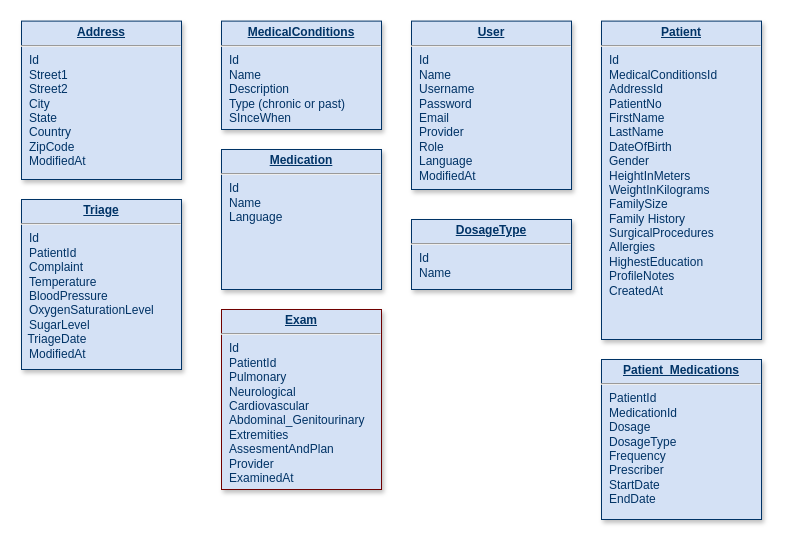
Above: AnnPrepareLavni.drawio in RicardoDeGenova/AnnPrepareLavni (draw.io), before the change. Source tidied: cells renumbered, new cells numbered last; positions are measured from the earlier drawing's top-left corner, leaving out a move shared by most shapes. Both pictures are drawn from the tidied source at 100%, with x=0, y=0 at pixel (21, 21).
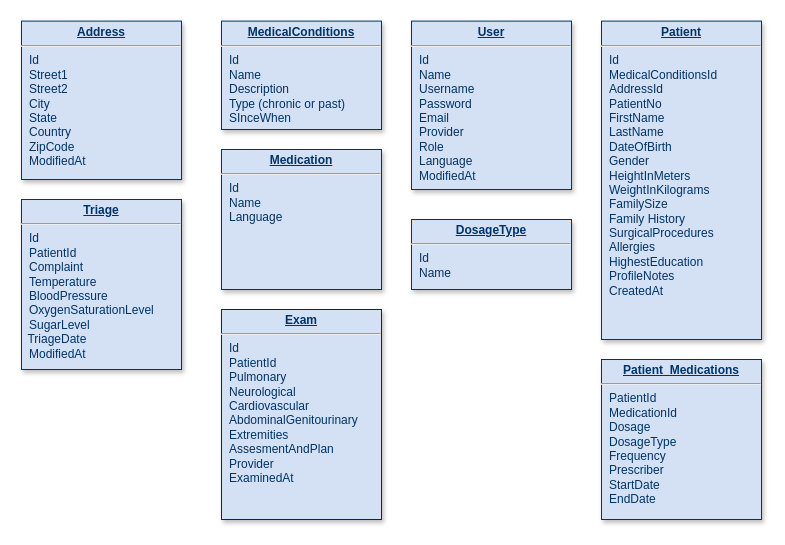
The same diagram, later.

What changed in the source:
```diff
@@
 <mxGraphModel>
   <root>
     <mxCell id="0" />
     <mxCell id="1" parent="0" />
     <mxCell id="2" value="&lt;p style=&quot;margin: 4px 0px 0px; text-align: center;&quot;&gt;&lt;b&gt;&lt;u&gt;Address&lt;/u&gt;&lt;/b&gt;&lt;br&gt;&lt;/p&gt;&lt;hr&gt;&lt;p style=&quot;margin: 0px; margin-left: 8px;&quot;&gt;Id&lt;/p&gt;&lt;p style=&quot;margin: 0px; margin-left: 8px;&quot;&gt;Street1&lt;/p&gt;&lt;p style=&quot;margin: 0px; margin-left: 8px;&quot;&gt;Street2&lt;br&gt;&lt;/p&gt;&lt;p style=&quot;margin: 0px; margin-left: 8px;&quot;&gt;City&lt;/p&gt;&lt;p style=&quot;margin: 0px; margin-left: 8px;&quot;&gt;State&lt;/p&gt;&lt;p style=&quot;margin: 0px; margin-left: 8px;&quot;&gt;Country&lt;/p&gt;&lt;p style=&quot;margin: 0px; margin-left: 8px;&quot;&gt;ZipCode&lt;/p&gt;&lt;p style=&quot;margin: 0px; margin-left: 8px;&quot;&gt;ModifiedAt&lt;/p&gt;" style="verticalAlign=top;align=left;overflow=fill;fontSize=12;fontFamily=Helvetica;html=1;strokeColor=#003366;shadow=1;fillColor=#D4E1F5;fontColor=#003366;" parent="1" vertex="1">
       <mxGeometry y="-0.4" width="160" height="158.4" as="geometry" />
     </mxCell>
-    <mxCell id="3" value="&lt;p style=&quot;margin: 4px 0px 0px; text-align: center;&quot;&gt;&lt;font color=&quot;#003366&quot;&gt;&lt;b&gt;&lt;u&gt;Exam&lt;/u&gt;&lt;/b&gt;&lt;br&gt;&lt;/font&gt;&lt;/p&gt;&lt;hr&gt;&lt;p style=&quot;margin: 0px; margin-left: 8px;&quot;&gt;&lt;span style=&quot;background-color: initial; color: rgb(0, 51, 102);&quot;&gt;Id&lt;/span&gt;&lt;/p&gt;&lt;p style=&quot;margin: 0px; margin-left: 8px;&quot;&gt;&lt;span style=&quot;background-color: initial; color: rgb(0, 51, 102);&quot;&gt;PatientId&lt;br&gt;Pulmonary&lt;/span&gt;&lt;br&gt;&lt;/p&gt;&lt;p style=&quot;margin: 0px; margin-left: 8px;&quot;&gt;&lt;span style=&quot;color: rgb(0, 51, 102); background-color: initial;&quot;&gt;Neurological&lt;/span&gt;&lt;br&gt;&lt;/p&gt;&lt;p style=&quot;margin: 0px; margin-left: 8px;&quot;&gt;&lt;span style=&quot;color: rgb(0, 51, 102); background-color: initial;&quot;&gt;Cardiovascular&lt;/span&gt;&lt;br&gt;&lt;/p&gt;&lt;p style=&quot;margin: 0px; margin-left: 8px;&quot;&gt;&lt;span style=&quot;color: rgb(0, 51, 102); background-color: initial;&quot;&gt;Abdominal_Genitourinary&lt;/span&gt;&lt;br&gt;&lt;/p&gt;&lt;p style=&quot;margin: 0px; margin-left: 8px;&quot;&gt;&lt;span style=&quot;color: rgb(0, 51, 102); background-color: initial;&quot;&gt;Extremities&lt;/span&gt;&lt;br&gt;&lt;/p&gt;&lt;p style=&quot;margin: 0px; margin-left: 8px;&quot;&gt;&lt;span style=&quot;color: rgb(0, 51, 102); background-color: initial;&quot;&gt;AssesmentAndPlan&lt;/span&gt;&lt;/p&gt;&lt;p style=&quot;margin: 0px; margin-left: 8px;&quot;&gt;&lt;span style=&quot;color: rgb(0, 51, 102); background-color: initial;&quot;&gt;Provider&lt;/span&gt;&lt;br&gt;&lt;/p&gt;&lt;p style=&quot;margin: 0px; margin-left: 8px;&quot;&gt;&lt;span style=&quot;color: rgb(0, 51, 102); background-color: initial;&quot;&gt;ExaminedAt&lt;/span&gt;&lt;br&gt;&lt;/p&gt;" style="verticalAlign=top;align=left;overflow=fill;fontSize=12;fontFamily=Helvetica;html=1;strokeColor=#6F0000;shadow=1;fillColor=#D4E1F5;fontColor=#ffffff;" parent="1" vertex="1">
-      <mxGeometry x="200" y="288" width="160" height="180" as="geometry" />
+    <mxCell id="3" value="&lt;p style=&quot;margin: 4px 0px 0px; text-align: center;&quot;&gt;&lt;font color=&quot;#003366&quot;&gt;&lt;b&gt;&lt;u&gt;Exam&lt;/u&gt;&lt;/b&gt;&lt;br&gt;&lt;/font&gt;&lt;/p&gt;&lt;hr&gt;&lt;p style=&quot;margin: 0px; margin-left: 8px;&quot;&gt;&lt;span style=&quot;background-color: initial; color: rgb(0, 51, 102);&quot;&gt;Id&lt;/span&gt;&lt;/p&gt;&lt;p style=&quot;margin: 0px; margin-left: 8px;&quot;&gt;&lt;span style=&quot;background-color: initial; color: rgb(0, 51, 102);&quot;&gt;PatientId&lt;br&gt;Pulmonary&lt;/span&gt;&lt;br&gt;&lt;/p&gt;&lt;p style=&quot;margin: 0px; margin-left: 8px;&quot;&gt;&lt;span style=&quot;color: rgb(0, 51, 102); background-color: initial;&quot;&gt;Neurological&lt;/span&gt;&lt;br&gt;&lt;/p&gt;&lt;p style=&quot;margin: 0px; margin-left: 8px;&quot;&gt;&lt;span style=&quot;color: rgb(0, 51, 102); background-color: initial;&quot;&gt;Cardiovascular&lt;/span&gt;&lt;br&gt;&lt;/p&gt;&lt;p style=&quot;margin: 0px; margin-left: 8px;&quot;&gt;&lt;span style=&quot;color: rgb(0, 51, 102); background-color: initial;&quot;&gt;AbdominalGenitourinary&lt;/span&gt;&lt;br&gt;&lt;/p&gt;&lt;p style=&quot;margin: 0px; margin-left: 8px;&quot;&gt;&lt;span style=&quot;color: rgb(0, 51, 102); background-color: initial;&quot;&gt;Extremities&lt;/span&gt;&lt;br&gt;&lt;/p&gt;&lt;p style=&quot;margin: 0px; margin-left: 8px;&quot;&gt;&lt;span style=&quot;color: rgb(0, 51, 102); background-color: initial;&quot;&gt;AssesmentAndPlan&lt;/span&gt;&lt;/p&gt;&lt;p style=&quot;margin: 0px; margin-left: 8px;&quot;&gt;&lt;span style=&quot;color: rgb(0, 51, 102); background-color: initial;&quot;&gt;Provider&lt;/span&gt;&lt;br&gt;&lt;/p&gt;&lt;p style=&quot;margin: 0px; margin-left: 8px;&quot;&gt;&lt;span style=&quot;color: rgb(0, 51, 102); background-color: initial;&quot;&gt;ExaminedAt&lt;/span&gt;&lt;br&gt;&lt;/p&gt;" style="verticalAlign=top;align=left;overflow=fill;fontSize=12;fontFamily=Helvetica;html=1;strokeColor=#6F0000;shadow=1;fillColor=#D4E1F5;fontColor=#ffffff;" parent="1" vertex="1">
+      <mxGeometry x="200" y="288" width="160" height="210" as="geometry" />
     </mxCell>
     <mxCell id="4" value="&lt;p style=&quot;margin: 4px 0px 0px; text-align: center;&quot;&gt;&lt;b&gt;&lt;u&gt;MedicalConditions&lt;/u&gt;&lt;/b&gt;&lt;br&gt;&lt;/p&gt;&lt;hr&gt;&lt;p style=&quot;margin: 0px; margin-left: 8px;&quot;&gt;Id&lt;/p&gt;&lt;p style=&quot;margin: 0px; margin-left: 8px;&quot;&gt;Name&lt;/p&gt;&lt;p style=&quot;margin: 0px; margin-left: 8px;&quot;&gt;Description&lt;/p&gt;&lt;p style=&quot;margin: 0px; margin-left: 8px;&quot;&gt;Type (chronic or past)&lt;/p&gt;&lt;p style=&quot;margin: 0px; margin-left: 8px;&quot;&gt;SInceWhen&lt;/p&gt;" style="verticalAlign=top;align=left;overflow=fill;fontSize=12;fontFamily=Helvetica;html=1;strokeColor=#003366;shadow=1;fillColor=#D4E1F5;fontColor=#003366;" parent="1" vertex="1">
       <mxGeometry x="200" y="-0.4" width="160" height="108.4" as="geometry" />
     </mxCell>
     <mxCell id="5" value="&lt;p style=&quot;margin: 4px 0px 0px; text-align: center;&quot;&gt;&lt;b&gt;&lt;u&gt;Medication&lt;/u&gt;&lt;/b&gt;&lt;br&gt;&lt;/p&gt;&lt;hr&gt;&lt;p style=&quot;margin: 0px; margin-left: 8px;&quot;&gt;Id&lt;/p&gt;&lt;p style=&quot;margin: 0px; margin-left: 8px;&quot;&gt;Name&lt;/p&gt;&lt;p style=&quot;margin: 0px; margin-left: 8px;&quot;&gt;Language&lt;/p&gt;&lt;p style=&quot;margin: 0px; margin-left: 8px;&quot;&gt;&lt;br&gt;&lt;/p&gt;&lt;p style=&quot;margin: 0px; margin-left: 8px;&quot;&gt;&lt;br&gt;&lt;/p&gt;&lt;p style=&quot;margin: 0px; margin-left: 8px;&quot;&gt;&lt;br&gt;&lt;/p&gt;" style="verticalAlign=top;align=left;overflow=fill;fontSize=12;fontFamily=Helvetica;html=1;strokeColor=#003366;shadow=1;fillColor=#D4E1F5;fontColor=#003366;" parent="1" vertex="1">
       <mxGeometry x="200" y="128" width="160" height="140" as="geometry" />
     </mxCell>
     <mxCell id="6" value="&lt;p style=&quot;margin: 4px 0px 0px; text-align: center;&quot;&gt;&lt;b&gt;&lt;u&gt;DosageType&lt;/u&gt;&lt;/b&gt;&lt;br&gt;&lt;/p&gt;&lt;hr&gt;&lt;p style=&quot;margin: 0px; margin-left: 8px;&quot;&gt;Id&lt;/p&gt;&lt;p style=&quot;margin: 0px; margin-left: 8px;&quot;&gt;Name&lt;/p&gt;" style="verticalAlign=top;align=left;overflow=fill;fontSize=12;fontFamily=Helvetica;html=1;strokeColor=#003366;shadow=1;fillColor=#D4E1F5;fontColor=#003366;" parent="1" vertex="1">
       <mxGeometry x="390" y="198" width="160" height="70" as="geometry" />
     </mxCell>
     <mxCell id="7" value="&lt;p style=&quot;margin: 4px 0px 0px; text-align: center;&quot;&gt;&lt;b&gt;&lt;u&gt;Patient&lt;/u&gt;&lt;/b&gt;&lt;br&gt;&lt;/p&gt;&lt;hr&gt;&lt;p style=&quot;margin: 0px; margin-left: 8px;&quot;&gt;Id&lt;/p&gt;&lt;p style=&quot;margin: 0px; margin-left: 8px;&quot;&gt;&lt;span style=&quot;background-color: initial;&quot;&gt;MedicalConditionsId&lt;/span&gt;&lt;br&gt;&lt;/p&gt;&lt;p style=&quot;margin: 0px; margin-left: 8px;&quot;&gt;AddressId&lt;span style=&quot;background-color: initial;&quot;&gt;&lt;br&gt;&lt;/span&gt;&lt;/p&gt;&lt;p style=&quot;margin: 0px; margin-left: 8px;&quot;&gt;PatientNo&lt;/p&gt;&lt;p style=&quot;margin: 0px; margin-left: 8px;&quot;&gt;FirstName&lt;/p&gt;&lt;p style=&quot;margin: 0px; margin-left: 8px;&quot;&gt;LastName&lt;/p&gt;&lt;p style=&quot;margin: 0px; margin-left: 8px;&quot;&gt;DateOfBirth&lt;/p&gt;&lt;p style=&quot;margin: 0px; margin-left: 8px;&quot;&gt;Gender&lt;/p&gt;&lt;p style=&quot;margin: 0px; margin-left: 8px;&quot;&gt;HeightInMeters&lt;/p&gt;&lt;p style=&quot;margin: 0px; margin-left: 8px;&quot;&gt;WeightInKilograms&lt;/p&gt;&lt;p style=&quot;margin: 0px; margin-left: 8px;&quot;&gt;FamilySize&lt;/p&gt;&lt;p style=&quot;margin: 0px; margin-left: 8px;&quot;&gt;Family History&lt;/p&gt;&lt;p style=&quot;margin: 0px; margin-left: 8px;&quot;&gt;SurgicalProcedures&lt;/p&gt;&lt;p style=&quot;margin: 0px; margin-left: 8px;&quot;&gt;Allergies&lt;/p&gt;&lt;p style=&quot;margin: 0px; margin-left: 8px;&quot;&gt;HighestEducation&lt;/p&gt;&lt;p style=&quot;margin: 0px; margin-left: 8px;&quot;&gt;&lt;span style=&quot;background-color: initial;&quot;&gt;ProfileNotes&lt;/span&gt;&lt;/p&gt;&lt;p style=&quot;margin: 0px; margin-left: 8px;&quot;&gt;CreatedAt&amp;nbsp;&lt;/p&gt;" style="verticalAlign=top;align=left;overflow=fill;fontSize=12;fontFamily=Helvetica;html=1;strokeColor=#003366;shadow=1;fillColor=#D4E1F5;fontColor=#003366;" parent="1" vertex="1">
       <mxGeometry x="580" y="-0.4" width="160" height="318.4" as="geometry" />
     </mxCell>
     <mxCell id="8" value="&lt;p style=&quot;margin: 4px 0px 0px; text-align: center;&quot;&gt;&lt;b&gt;&lt;u&gt;User&lt;/u&gt;&lt;/b&gt;&lt;br&gt;&lt;/p&gt;&lt;hr&gt;&lt;p style=&quot;margin: 0px; margin-left: 8px;&quot;&gt;Id&lt;/p&gt;&lt;p style=&quot;margin: 0px; margin-left: 8px;&quot;&gt;Name&lt;/p&gt;&lt;p style=&quot;margin: 0px; margin-left: 8px;&quot;&gt;Username&lt;br&gt;&lt;/p&gt;&lt;p style=&quot;margin: 0px; margin-left: 8px;&quot;&gt;Password&lt;/p&gt;&lt;p style=&quot;margin: 0px; margin-left: 8px;&quot;&gt;Email&lt;/p&gt;&lt;p style=&quot;margin: 0px; margin-left: 8px;&quot;&gt;Provider&lt;/p&gt;&lt;p style=&quot;margin: 0px; margin-left: 8px;&quot;&gt;Role&lt;/p&gt;&lt;p style=&quot;margin: 0px; margin-left: 8px;&quot;&gt;Language&lt;/p&gt;&lt;p style=&quot;margin: 0px; margin-left: 8px;&quot;&gt;ModifiedAt&lt;/p&gt;" style="verticalAlign=top;align=left;overflow=fill;fontSize=12;fontFamily=Helvetica;html=1;strokeColor=#003366;shadow=1;fillColor=#D4E1F5;fontColor=#003366;" parent="1" vertex="1">
       <mxGeometry x="390" y="-0.4" width="160" height="168.4" as="geometry" />
     </mxCell>
     <mxCell id="9" value="&lt;p style=&quot;margin: 4px 0px 0px; text-align: center;&quot;&gt;&lt;b&gt;&lt;u&gt;Triage&lt;/u&gt;&lt;/b&gt;&lt;br&gt;&lt;/p&gt;&lt;hr&gt;&lt;p style=&quot;margin: 0px; margin-left: 8px;&quot;&gt;Id&lt;/p&gt;&lt;p style=&quot;margin: 0px; margin-left: 8px;&quot;&gt;PatientId&lt;/p&gt;&lt;p style=&quot;margin: 0px; margin-left: 8px;&quot;&gt;Complaint&lt;/p&gt;&lt;p style=&quot;margin: 0px; margin-left: 8px;&quot;&gt;Temperature&lt;/p&gt;&lt;p style=&quot;margin: 0px; margin-left: 8px;&quot;&gt;BloodPressure&amp;nbsp;&lt;/p&gt;&lt;p style=&quot;margin: 0px; margin-left: 8px;&quot;&gt;OxygenSaturationLevel&lt;/p&gt;&lt;p style=&quot;margin: 0px; margin-left: 8px;&quot;&gt;SugarLevel&amp;nbsp;&amp;nbsp;&lt;br&gt;&lt;/p&gt;&amp;nbsp; TriageDate&lt;p style=&quot;margin: 0px; margin-left: 8px;&quot;&gt;ModifiedAt&lt;/p&gt;" style="verticalAlign=top;align=left;overflow=fill;fontSize=12;fontFamily=Helvetica;html=1;strokeColor=#003366;shadow=1;fillColor=#D4E1F5;fontColor=#003366;" parent="1" vertex="1">
       <mxGeometry y="178" width="160" height="170" as="geometry" />
     </mxCell>
     <mxCell id="10" value="&lt;p style=&quot;margin: 4px 0px 0px; text-align: center;&quot;&gt;&lt;b&gt;&lt;u&gt;Patient_Medications&lt;/u&gt;&lt;/b&gt;&lt;br&gt;&lt;/p&gt;&lt;hr&gt;&lt;p style=&quot;margin: 0px; margin-left: 8px;&quot;&gt;&lt;span style=&quot;background-color: initial;&quot;&gt;PatientId&lt;/span&gt;&lt;/p&gt;&lt;p style=&quot;margin: 0px; margin-left: 8px;&quot;&gt;&lt;span style=&quot;background-color: initial;&quot;&gt;MedicationId&lt;/span&gt;&lt;/p&gt;&lt;p style=&quot;margin: 0px 0px 0px 8px;&quot;&gt;Dosage&lt;/p&gt;&lt;p style=&quot;margin: 0px 0px 0px 8px;&quot;&gt;DosageType&lt;/p&gt;&lt;p style=&quot;margin: 0px 0px 0px 8px;&quot;&gt;Frequency&lt;/p&gt;&lt;p style=&quot;margin: 0px 0px 0px 8px;&quot;&gt;Prescriber&lt;br&gt;&lt;/p&gt;&lt;p style=&quot;margin: 0px 0px 0px 8px;&quot;&gt;StartDate&lt;br&gt;EndDate&lt;/p&gt;" style="verticalAlign=top;align=left;overflow=fill;fontSize=12;fontFamily=Helvetica;html=1;strokeColor=#003366;shadow=1;fillColor=#D4E1F5;fontColor=#003366;" parent="1" vertex="1">
       <mxGeometry x="580" y="338" width="160" height="160" as="geometry" />
     </mxCell>
   </root>
 </mxGraphModel>
```
